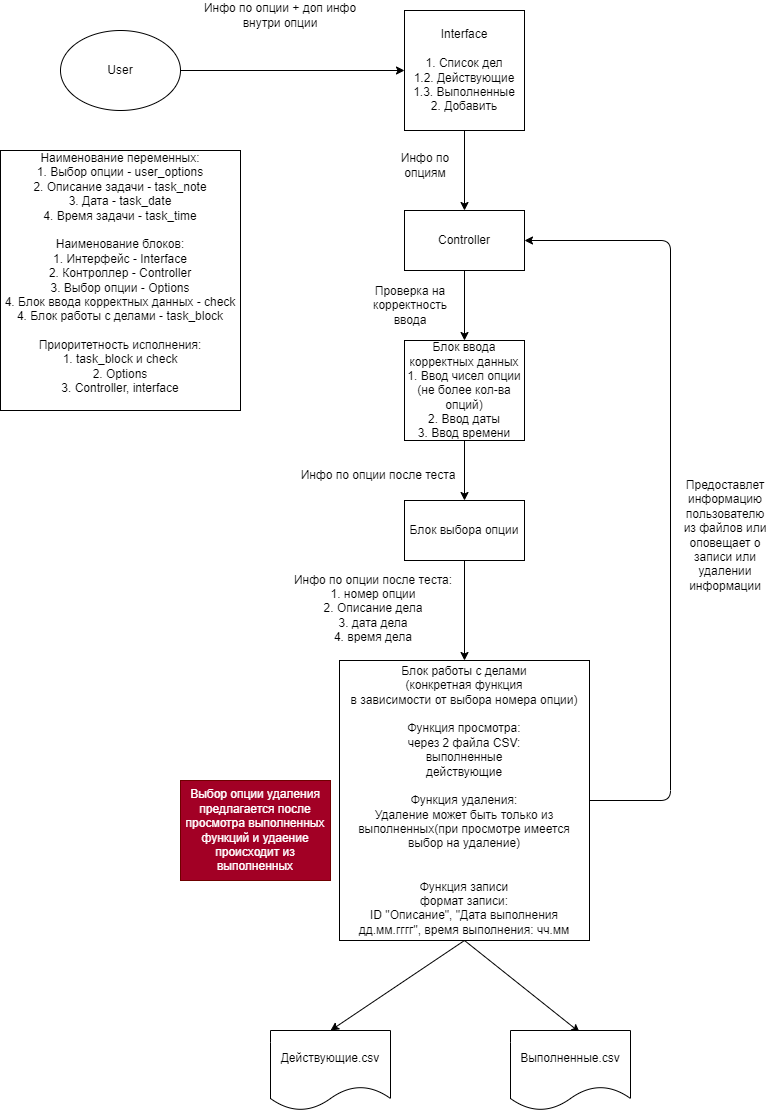
Earlier version of the draw.io export scheme.drawio.png (AntonStepin/HW8_NoteBook). Source tidied: cells renumbered, new cells last; positions are measured from the earlier drawing's top-left corner, leaving out a move shared by most shapes. Source of this version:
```xml
<mxGraphModel>
  <root>
    <mxCell id="0" />
    <mxCell id="1" parent="0" />
    <mxCell id="2" style="edgeStyle=none;html=1;exitX=1;exitY=0.5;exitDx=0;exitDy=0;" parent="1" edge="1" source="3" target="5">
      <mxGeometry relative="1" as="geometry" />
    </mxCell>
    <mxCell id="3" value="User" style="ellipse;whiteSpace=wrap;html=1;" parent="1" vertex="1">
      <mxGeometry x="60" y="30" width="120" height="80" as="geometry" />
    </mxCell>
    <mxCell id="4" style="edgeStyle=none;html=1;entryX=0.5;entryY=0;entryDx=0;entryDy=0;" parent="1" edge="1" source="5" target="7">
      <mxGeometry relative="1" as="geometry" />
    </mxCell>
    <mxCell id="5" value="Interface&lt;br&gt;&lt;br&gt;1. Список дел&lt;br&gt;1.2. Действующие&lt;br&gt;1.3. Выполненные&lt;br&gt;2. Добавить" style="rounded=0;whiteSpace=wrap;html=1;" parent="1" vertex="1">
      <mxGeometry x="404" y="10" width="120" height="120" as="geometry" />
    </mxCell>
    <mxCell id="6" style="edgeStyle=none;html=1;entryX=0.5;entryY=0;entryDx=0;entryDy=0;" parent="1" edge="1" source="7" target="15">
      <mxGeometry relative="1" as="geometry" />
    </mxCell>
    <mxCell id="7" value="Controller" style="rounded=0;whiteSpace=wrap;html=1;" parent="1" vertex="1">
      <mxGeometry x="404" y="210" width="120" height="60" as="geometry" />
    </mxCell>
    <mxCell id="8" style="edgeStyle=none;html=1;exitX=0.5;exitY=1;exitDx=0;exitDy=0;entryX=0.577;entryY=0.023;entryDx=0;entryDy=0;entryPerimeter=0;" parent="1" edge="1" source="11" target="22">
      <mxGeometry relative="1" as="geometry" />
    </mxCell>
    <mxCell id="9" style="edgeStyle=none;html=1;exitX=0.5;exitY=1;exitDx=0;exitDy=0;entryX=0.5;entryY=0;entryDx=0;entryDy=0;" parent="1" edge="1" source="11" target="23">
      <mxGeometry relative="1" as="geometry" />
    </mxCell>
    <mxCell id="10" style="edgeStyle=none;html=1;entryX=1;entryY=0.5;entryDx=0;entryDy=0;" parent="1" edge="1" source="11" target="7">
      <mxGeometry relative="1" as="geometry">
        <Array as="points">
          <mxPoint x="670" y="800" />
          <mxPoint x="670" y="240" />
        </Array>
      </mxGeometry>
    </mxCell>
    <mxCell id="11" value="Блок работы с делами&lt;br&gt;(конкретная функция&lt;br&gt;в зависимости от выбора номера опции)&lt;br&gt;&lt;br&gt;Функция просмотра:&lt;br&gt;через 2 файла CSV:&lt;br&gt;выполненные&lt;br&gt;действующие&lt;br&gt;&lt;br&gt;Функция удаления:&lt;br&gt;Удаление может быть только из выполненных(при просмотре имеется выбор на удаление)&lt;br&gt;&lt;br&gt;&lt;br&gt;Функция записи&lt;br&gt;формат записи:&lt;br&gt;ID &quot;Описание&quot;, &quot;Дата выполнения дд.мм.гггг&quot;, время выполнения: чч.мм" style="rounded=0;whiteSpace=wrap;html=1;" parent="1" vertex="1">
      <mxGeometry x="339" y="660" width="250" height="280" as="geometry" />
    </mxCell>
    <mxCell id="12" style="edgeStyle=none;html=1;entryX=0.5;entryY=0;entryDx=0;entryDy=0;" parent="1" edge="1" source="13" target="11">
      <mxGeometry relative="1" as="geometry" />
    </mxCell>
    <mxCell id="13" value="Блок выбора опции" style="rounded=0;whiteSpace=wrap;html=1;" parent="1" vertex="1">
      <mxGeometry x="404" y="500" width="120" height="60" as="geometry" />
    </mxCell>
    <mxCell id="14" style="edgeStyle=none;html=1;" parent="1" edge="1" source="15" target="13">
      <mxGeometry relative="1" as="geometry" />
    </mxCell>
    <mxCell id="15" value="Блок ввода корректных данных&lt;br&gt;1. Ввод чисел опции (не более кол-ва опций)&lt;br&gt;2. Ввод даты&lt;br&gt;3. Ввод времени" style="rounded=0;whiteSpace=wrap;html=1;" parent="1" vertex="1">
      <mxGeometry x="404" y="340" width="120" height="100" as="geometry" />
    </mxCell>
    <mxCell id="16" value="Инфо по опции + доп инфо внутри опции" style="text;html=1;strokeColor=none;fillColor=none;align=center;verticalAlign=middle;whiteSpace=wrap;rounded=0;" parent="1" vertex="1">
      <mxGeometry x="200" width="160" height="30" as="geometry" />
    </mxCell>
    <mxCell id="17" value="Инфо по опциям" style="text;html=1;strokeColor=none;fillColor=none;align=center;verticalAlign=middle;whiteSpace=wrap;rounded=0;" parent="1" vertex="1">
      <mxGeometry x="395" y="150" width="60" height="30" as="geometry" />
    </mxCell>
    <mxCell id="18" value="Проверка на корректность ввода" style="text;html=1;strokeColor=none;fillColor=none;align=center;verticalAlign=middle;whiteSpace=wrap;rounded=0;" parent="1" vertex="1">
      <mxGeometry x="360" y="280" width="100" height="50" as="geometry" />
    </mxCell>
    <mxCell id="19" value="Инфо по опции после теста" style="text;html=1;strokeColor=none;fillColor=none;align=center;verticalAlign=middle;whiteSpace=wrap;rounded=0;" parent="1" vertex="1">
      <mxGeometry x="296" y="460" width="164" height="30" as="geometry" />
    </mxCell>
    <mxCell id="20" value="Инфо по опции после теста:&lt;br&gt;1. номер опции&lt;br&gt;2. Описание дела&lt;br&gt;3. дата дела&lt;br&gt;4. время дела&lt;br&gt;" style="text;html=1;strokeColor=none;fillColor=none;align=center;verticalAlign=middle;whiteSpace=wrap;rounded=0;" parent="1" vertex="1">
      <mxGeometry x="291" y="560" width="164" height="95" as="geometry" />
    </mxCell>
    <mxCell id="21" value="Выбор опции удаления предлагается после просмотра выполненных функций и удаение происходит из выполненных" style="text;html=1;strokeColor=#6F0000;fillColor=#a20025;align=center;verticalAlign=middle;whiteSpace=wrap;rounded=0;fontColor=#ffffff;" parent="1" vertex="1">
      <mxGeometry x="180" y="780" width="150" height="100" as="geometry" />
    </mxCell>
    <mxCell id="22" value="Выполненные.csv" style="shape=document;whiteSpace=wrap;html=1;boundedLbl=1;" parent="1" vertex="1">
      <mxGeometry x="510" y="1030" width="120" height="80" as="geometry" />
    </mxCell>
    <mxCell id="23" value="Действующие.csv" style="shape=document;whiteSpace=wrap;html=1;boundedLbl=1;" parent="1" vertex="1">
      <mxGeometry x="270" y="1030" width="120" height="80" as="geometry" />
    </mxCell>
    <mxCell id="24" value="Предоставлет информацию пользователю из файлов или оповещает о записи или удалении информации" style="text;html=1;strokeColor=none;fillColor=none;align=center;verticalAlign=middle;whiteSpace=wrap;rounded=0;" parent="1" vertex="1">
      <mxGeometry x="680" y="470" width="90" height="130" as="geometry" />
    </mxCell>
    <mxCell id="25" value="Наименование переменных:&lt;br&gt;1. Выбор опции - user_options&lt;br&gt;2. Описание задачи - task_note&lt;br&gt;3. Дата - task_date&lt;br&gt;4. Время задачи - task_time&lt;br&gt;&lt;br&gt;Наименование блоков:&lt;br&gt;1. Интерфейс - Interface&lt;br&gt;2. Контроллер - Controller&lt;br&gt;3. Выбор опции - Options&lt;br&gt;4. Блок ввода корректных данных - check&lt;br&gt;4. Блок работы с делами - task_block&lt;br&gt;&lt;br&gt;Приоритетность исполнения:&lt;br&gt;1. task_block и check&lt;br&gt;2. Options&lt;br&gt;3. Controller, interface&lt;br&gt;&lt;br&gt;&lt;div style=&quot;text-align: justify&quot;&gt;&lt;/div&gt;" style="rounded=0;whiteSpace=wrap;html=1;" parent="1" vertex="1">
      <mxGeometry y="150" width="240" height="260" as="geometry" />
    </mxCell>
  </root>
</mxGraphModel>
```
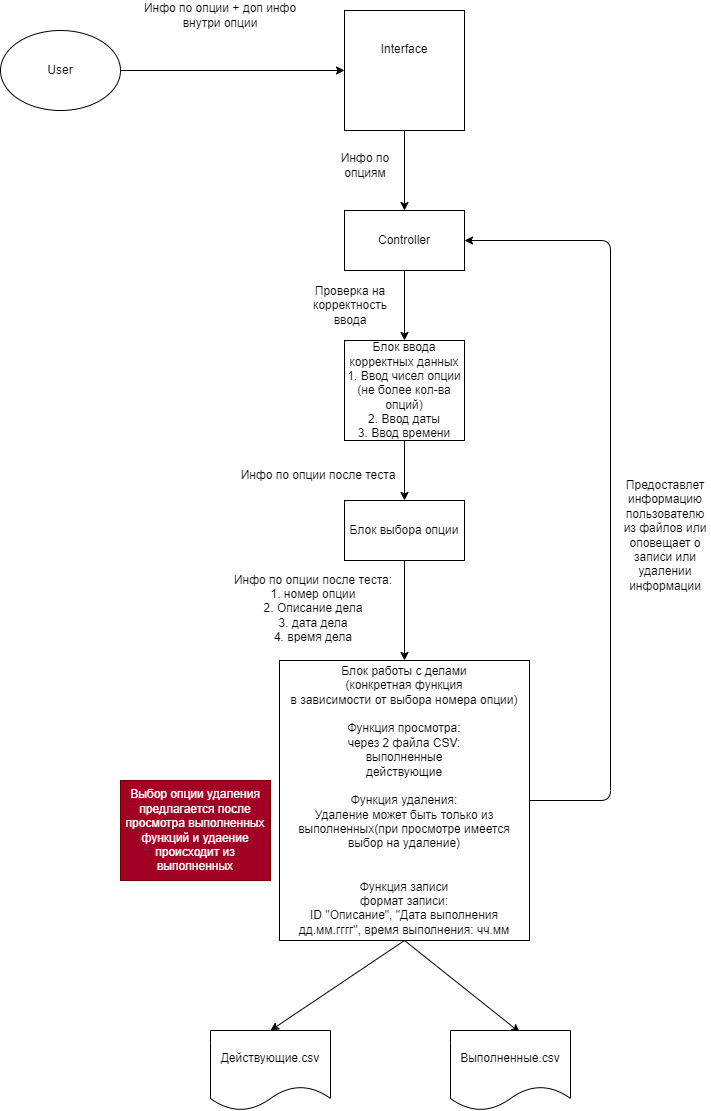
After the change.

Diff of the diagram source:
```diff
@@ -11,7 +11,7 @@
     <mxCell id="4" style="edgeStyle=none;html=1;entryX=0.5;entryY=0;entryDx=0;entryDy=0;" parent="1" edge="1" source="5" target="7">
       <mxGeometry relative="1" as="geometry" />
     </mxCell>
-    <mxCell id="5" value="Interface&lt;br&gt;&lt;br&gt;1. Список дел&lt;br&gt;1.2. Действующие&lt;br&gt;1.3. Выполненные&lt;br&gt;2. Добавить" style="rounded=0;whiteSpace=wrap;html=1;" parent="1" vertex="1">
+    <mxCell id="5" value="Interface&lt;br&gt;&lt;br&gt;&lt;div&gt;&lt;font color=&quot;#24292f&quot; face=&quot;ui-monospace, SFMono-Regular, SF Mono, Menlo, Consolas, Liberation Mono, monospace&quot;&gt;&lt;span style=&quot;background-color: rgb(255 , 255 , 255)&quot;&gt;&lt;br&gt;&lt;/span&gt;&lt;/font&gt;&lt;/div&gt;&lt;div&gt;&lt;br&gt;&lt;/div&gt;" style="rounded=0;whiteSpace=wrap;html=1;" parent="1" vertex="1">
       <mxGeometry x="404" y="10" width="120" height="120" as="geometry" />
     </mxCell>
     <mxCell id="6" style="edgeStyle=none;html=1;entryX=0.5;entryY=0;entryDx=0;entryDy=0;" parent="1" edge="1" source="7" target="15">
@@ -76,8 +76,5 @@
     <mxCell id="24" value="Предоставлет информацию пользователю из файлов или оповещает о записи или удалении информации" style="text;html=1;strokeColor=none;fillColor=none;align=center;verticalAlign=middle;whiteSpace=wrap;rounded=0;" parent="1" vertex="1">
       <mxGeometry x="680" y="470" width="90" height="130" as="geometry" />
     </mxCell>
-    <mxCell id="25" value="Наименование переменных:&lt;br&gt;1. Выбор опции - user_options&lt;br&gt;2. Описание задачи - task_note&lt;br&gt;3. Дата - task_date&lt;br&gt;4. Время задачи - task_time&lt;br&gt;&lt;br&gt;Наименование блоков:&lt;br&gt;1. Интерфейс - Interface&lt;br&gt;2. Контроллер - Controller&lt;br&gt;3. Выбор опции - Options&lt;br&gt;4. Блок ввода корректных данных - check&lt;br&gt;4. Блок работы с делами - task_block&lt;br&gt;&lt;br&gt;Приоритетность исполнения:&lt;br&gt;1. task_block и check&lt;br&gt;2. Options&lt;br&gt;3. Controller, interface&lt;br&gt;&lt;br&gt;&lt;div style=&quot;text-align: justify&quot;&gt;&lt;/div&gt;" style="rounded=0;whiteSpace=wrap;html=1;" parent="1" vertex="1">
-      <mxGeometry y="150" width="240" height="260" as="geometry" />
-    </mxCell>
   </root>
 </mxGraphModel>
```
